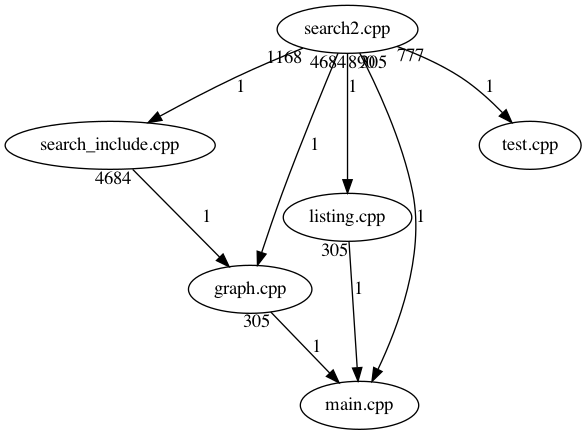
Before: graf.dot.png, a diagram exported from Graphviz (ZychDev/Zak_Io_Project). Its source is kept beside it as graf.dot.
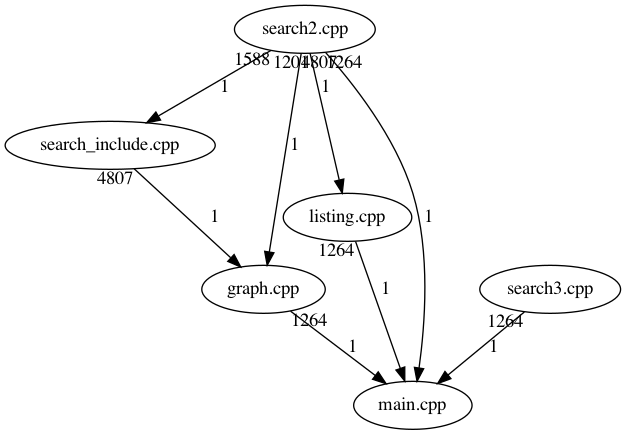
Above is the later version.

The edit, as a diff of the source:
```diff
@@ -1,11 +1,11 @@
 digraph files_graph
 {
-"search_include.cpp"->"graph.cpp"[taillabel = 4684][label = 1]
-"search2.cpp"->"graph.cpp"[taillabel = 4684][label = 1]
-"search2.cpp"->"listing.cpp"[taillabel = 890][label = 1]
-"graph.cpp"->"main.cpp"[taillabel = 305][label = 1]
-"listing.cpp"->"main.cpp"[taillabel = 305][label = 1]
-"search2.cpp"->"main.cpp"[taillabel = 305][label = 1]
-"search2.cpp"->"search_include.cpp"[taillabel = 1168][label = 1]
-"search2.cpp"->"test.cpp"[taillabel = 777][label = 1]
+"search_include.cpp"->"graph.cpp"[taillabel = 4807][label = 1]
+"search2.cpp"->"graph.cpp"[taillabel = 4807][label = 1]
+"search2.cpp"->"listing.cpp"[taillabel = 1201][label = 1]
+"graph.cpp"->"main.cpp"[taillabel = 1264][label = 1]
+"listing.cpp"->"main.cpp"[taillabel = 1264][label = 1]
+"search2.cpp"->"main.cpp"[taillabel = 1264][label = 1]
+"search3.cpp"->"main.cpp"[taillabel = 1264][label = 1]
+"search2.cpp"->"search_include.cpp"[taillabel = 1588][label = 1]
 }
```
